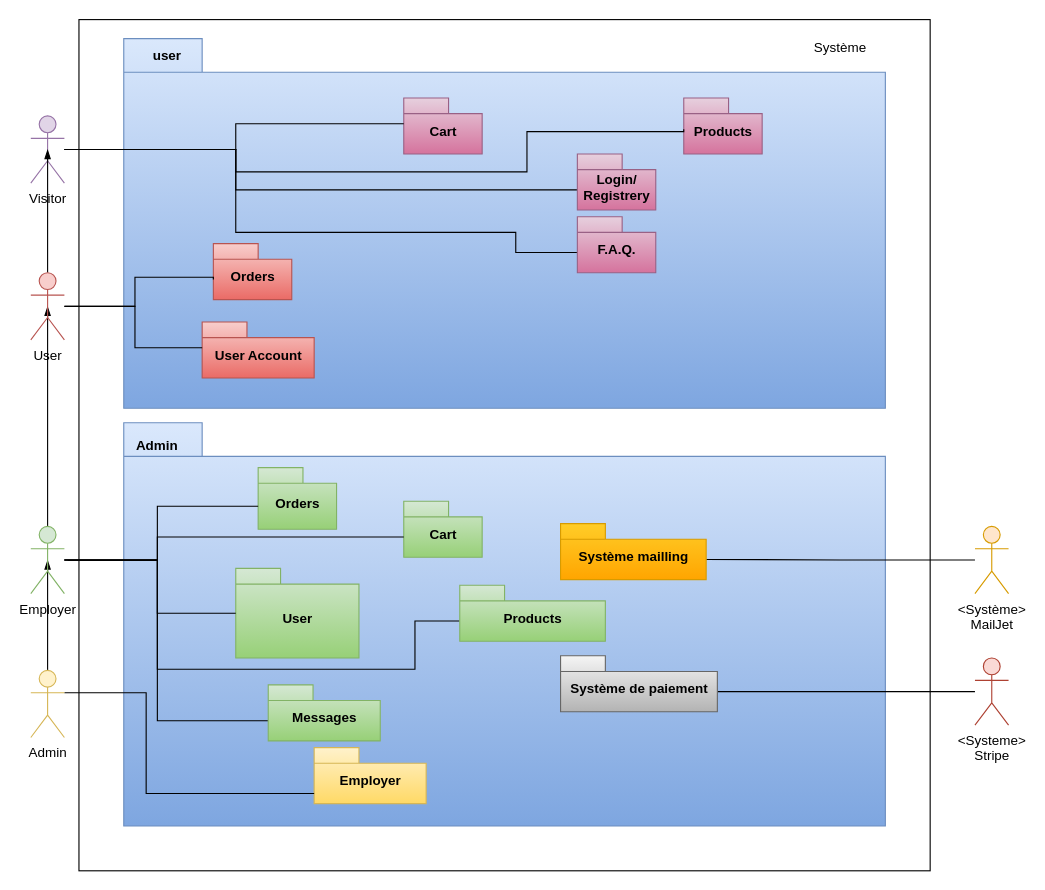
Above: Final Package Diagram.drawio in Aurelie1416/books-key (draw.io), before the change. Source tidied: cells renumbered, new cells numbered last; positions are measured from the earlier drawing's top-left corner, leaving out a move shared by most shapes. Both pictures are drawn from the tidied source at 112%, with x=0, y=0 at pixel (30, 19).
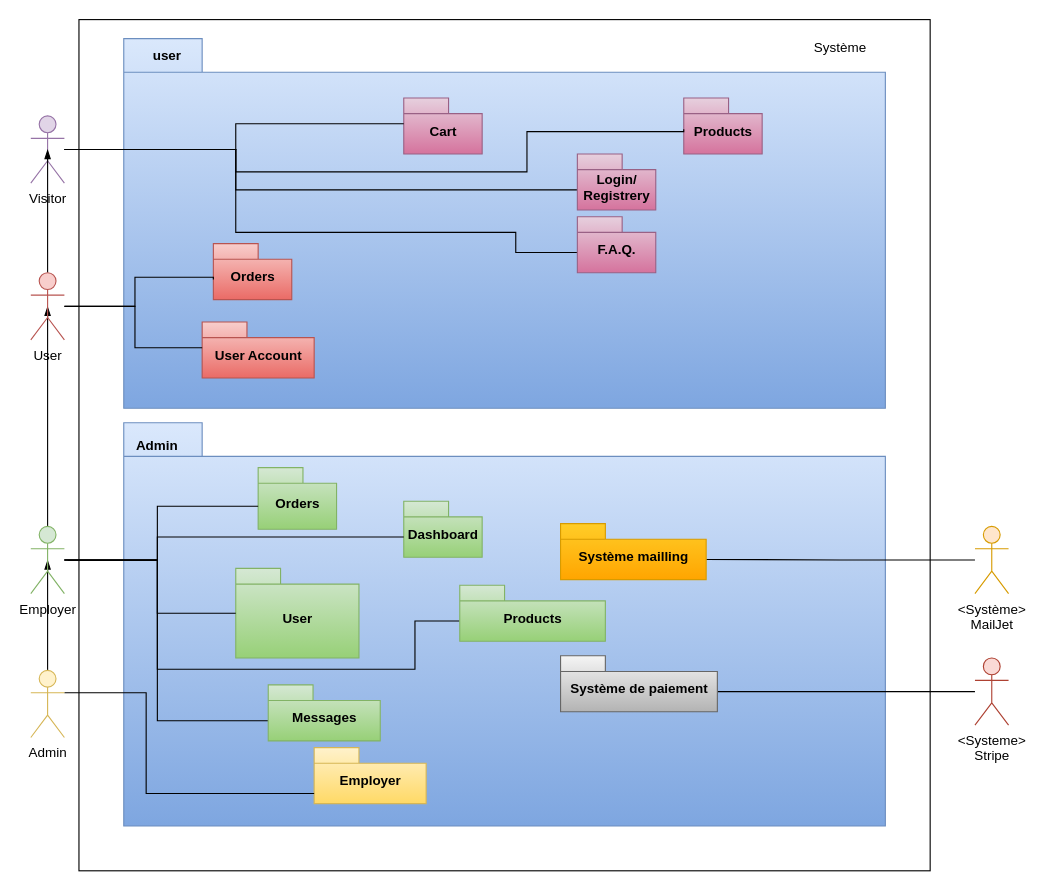
Above is the later version.

Diff of the diagram source:
```diff
@@
-    <mxCell id="9" value="Cart" style="shape=folder;fontStyle=1;spacingTop=10;tabWidth=40;tabHeight=14;tabPosition=left;html=1;fillColor=#d5e8d4;gradientColor=#97d077;strokeColor=#82b366;" parent="1" vertex="1">
+    <mxCell id="9" value="Dashboard" style="shape=folder;fontStyle=1;spacingTop=10;tabWidth=40;tabHeight=14;tabPosition=left;html=1;fillColor=#d5e8d4;gradientColor=#97d077;strokeColor=#82b366;" parent="1" vertex="1">
       <mxGeometry x="333" y="430" width="70" height="50" as="geometry" />
     </mxCell>
```
